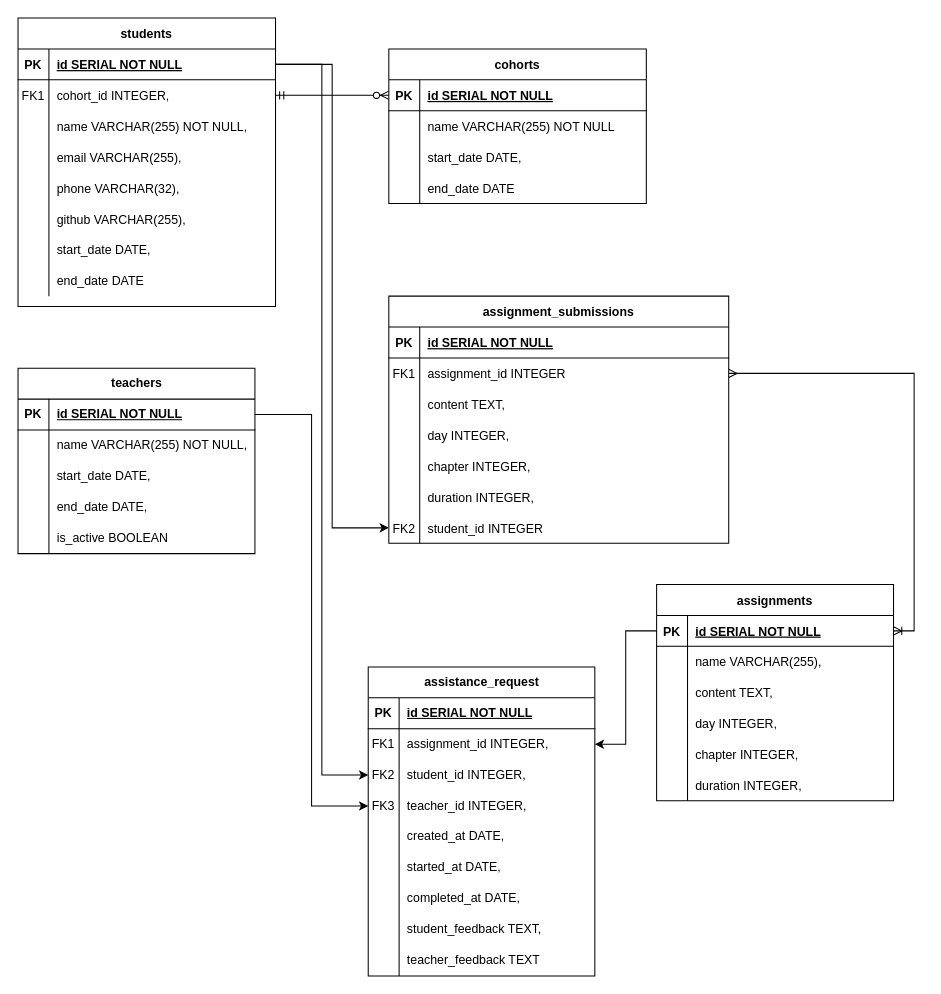
Above: BootcampX Diagram.drawio in Atkinss1/bootcampX (draw.io), before the change. Source tidied: cells renumbered, new cells numbered last; positions are measured from the earlier drawing's top-left corner, leaving out a move shared by most shapes. Both pictures are drawn from the tidied source at 103%, with x=0, y=0 at pixel (18, 18).
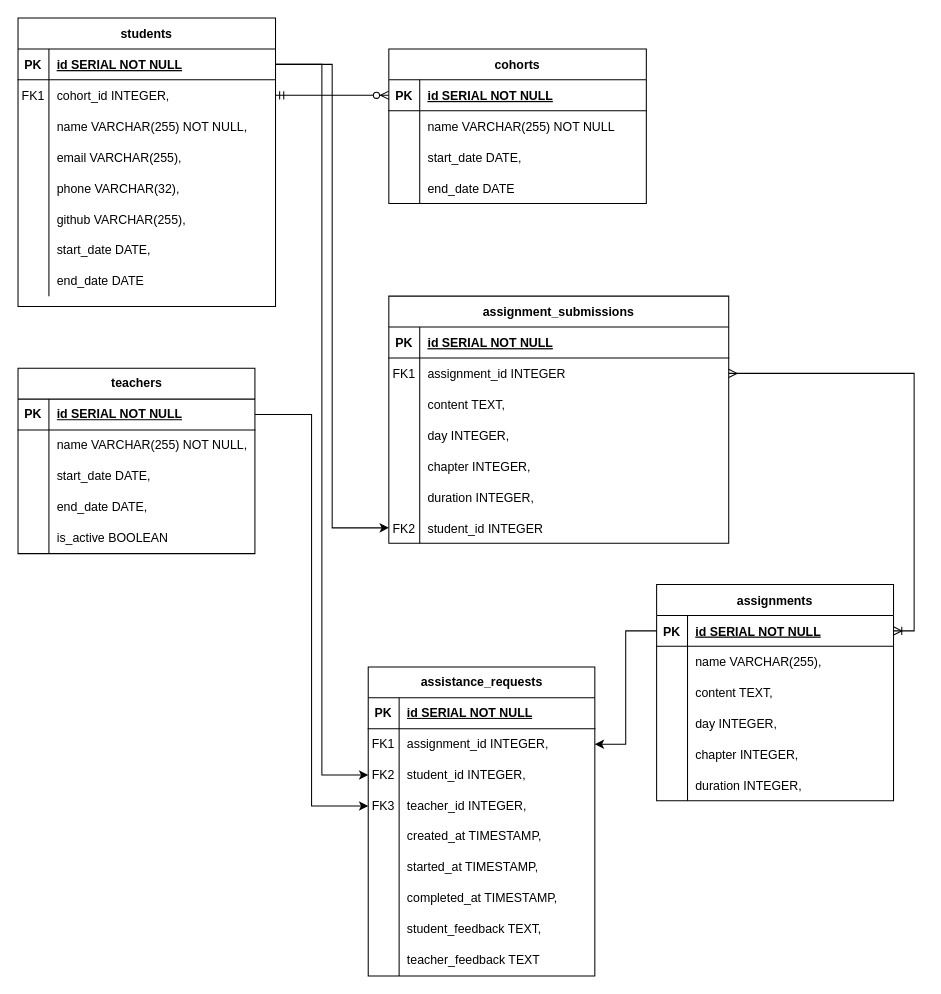
Above is the later version.

Commit message:
update assistance_requests

The change refers to these unchanged cells:
```xml
<mxCell id="112" style="shape=tableRow;horizontal=0;startSize=0;swimlaneHead=0;swimlaneBody=0;fillColor=none;top=0;left=0;right=0;bottom=0;" parent="99" vertex="1">
  <mxGeometry y="150" width="220" height="30" as="geometry" />
</mxCell>
<mxCell id="115" style="shape=tableRow;horizontal=0;startSize=0;swimlaneHead=0;swimlaneBody=0;fillColor=none;top=0;left=0;right=0;bottom=0;" parent="99" vertex="1">
  <mxGeometry y="180" width="220" height="30" as="geometry" />
</mxCell>
<mxCell id="118" style="shape=tableRow;horizontal=0;startSize=0;swimlaneHead=0;swimlaneBody=0;fillColor=none;top=0;left=0;right=0;bottom=0;" parent="99" vertex="1">
  <mxGeometry y="210" width="220" height="30" as="geometry" />
</mxCell>
```

The edit, as a diff of the source:
```diff
@@
-    <mxCell id="99" value="assistance_request" style="shape=table;startSize=30;childLayout=tableLayout;rowLines=0;fontStyle=1;align=center;html=1;" parent="1" vertex="1">
+    <mxCell id="99" value="assistance_requests" style="shape=table;startSize=30;childLayout=tableLayout;rowLines=0;fontStyle=1;align=center;html=1;" parent="1" vertex="1">
       <mxGeometry x="340" y="630" width="220" height="300" as="geometry" />
     </mxCell>
@@
-    <mxCell id="114" value="created_at DATE," style="shape=partialRectangle;fillColor=none;top=0;left=0;bottom=0;right=0;align=left;spacingLeft=6;overflow=hidden;whiteSpace=wrap;html=1;" parent="112" vertex="1">
+    <mxCell id="114" value="created_at TIMESTAMP&lt;span style=&quot;background-color: initial;&quot;&gt;,&lt;/span&gt;" style="shape=partialRectangle;fillColor=none;top=0;left=0;bottom=0;right=0;align=left;spacingLeft=6;overflow=hidden;whiteSpace=wrap;html=1;" parent="112" vertex="1">
       <mxGeometry x="30" width="190" height="30" as="geometry" />
     </mxCell>
@@
-    <mxCell id="117" value="started_at DATE," style="shape=partialRectangle;fillColor=none;top=0;left=0;bottom=0;right=0;align=left;spacingLeft=6;overflow=hidden;whiteSpace=wrap;html=1;" parent="115" vertex="1">
+    <mxCell id="117" value="started_at TIMESTAMP&lt;span style=&quot;background-color: initial;&quot;&gt;,&lt;/span&gt;" style="shape=partialRectangle;fillColor=none;top=0;left=0;bottom=0;right=0;align=left;spacingLeft=6;overflow=hidden;whiteSpace=wrap;html=1;" parent="115" vertex="1">
       <mxGeometry x="30" width="190" height="30" as="geometry" />
     </mxCell>
@@
-    <mxCell id="120" value="completed_at DATE," style="shape=partialRectangle;fillColor=none;top=0;left=0;bottom=0;right=0;align=left;spacingLeft=6;overflow=hidden;whiteSpace=wrap;html=1;" parent="118" vertex="1">
+    <mxCell id="120" value="completed_at TIMESTAMP&lt;span style=&quot;background-color: initial;&quot;&gt;,&lt;/span&gt;" style="shape=partialRectangle;fillColor=none;top=0;left=0;bottom=0;right=0;align=left;spacingLeft=6;overflow=hidden;whiteSpace=wrap;html=1;" parent="118" vertex="1">
       <mxGeometry x="30" width="190" height="30" as="geometry" />
     </mxCell>
```
